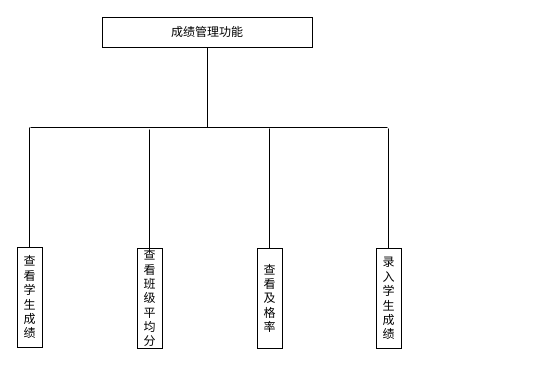
Earlier version of the draw.io diagram 成绩管理功能模块图.drawio (creazy412/none). Source tidied: cells renumbered, new cells numbered last; positions are measured from the earlier drawing's top-left corner, leaving out a move shared by most shapes. Both pictures are drawn from the tidied source at 100%, with x=0, y=0 at pixel (17, 17).
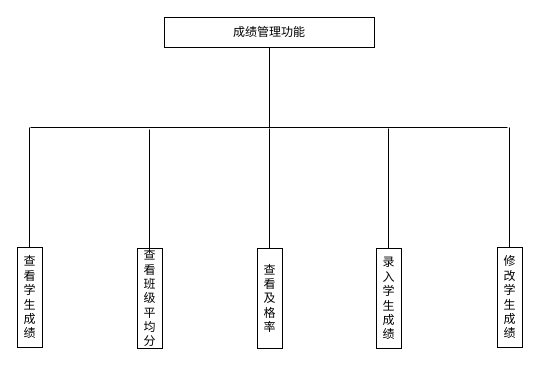
The same page after the edit.

Commit message (it also covers changes not shown here):
更新成绩管理功能模块图.drawio

What changed in the source:
```diff
@@
     <mxCell id="2" value="&lt;font face=&quot;宋体&quot;&gt;成绩管理功能&lt;/font&gt;" style="rounded=0;whiteSpace=wrap;html=1;" parent="1" vertex="1">
-      <mxGeometry x="85" width="210" height="30" as="geometry" />
+      <mxGeometry x="147" width="210" height="30" as="geometry" />
     </mxCell>
     <mxCell id="3" style="endArrow=none;html=1;rounded=0;entryX=0.5;entryY=1;entryDx=0;entryDy=0;" parent="1" edge="1" target="2">
       <mxGeometry relative="1" as="geometry">
-        <mxPoint x="190" y="110" as="sourcePoint" />
+        <mxPoint x="252" y="110" as="sourcePoint" />
       </mxGeometry>
     </mxCell>
@@
     <mxCell id="5" style="endArrow=none;html=1;rounded=0;" parent="1" edge="1">
       <mxGeometry relative="1" as="geometry">
         <mxPoint x="13" y="110" as="sourcePoint" />
-        <mxPoint x="370" y="110" as="targetPoint" />
+        <mxPoint x="490" y="110" as="targetPoint" />
       </mxGeometry>
     </mxCell>
@@
+    <mxCell id="13" value="&lt;font face=&quot;宋体&quot;&gt;修改学生成绩&lt;/font&gt;" style="rounded=0;whiteSpace=wrap;html=1;" parent="1" vertex="1">
+      <mxGeometry x="480" y="230" width="25" height="100" as="geometry" />
+    </mxCell>
+    <mxCell id="14" style="endArrow=none;html=1;rounded=0;" parent="1" edge="1">
+      <mxGeometry relative="1" as="geometry">
+        <mxPoint x="492" y="230" as="sourcePoint" />
+        <mxPoint x="492" y="110" as="targetPoint" />
+      </mxGeometry>
+    </mxCell>
```
